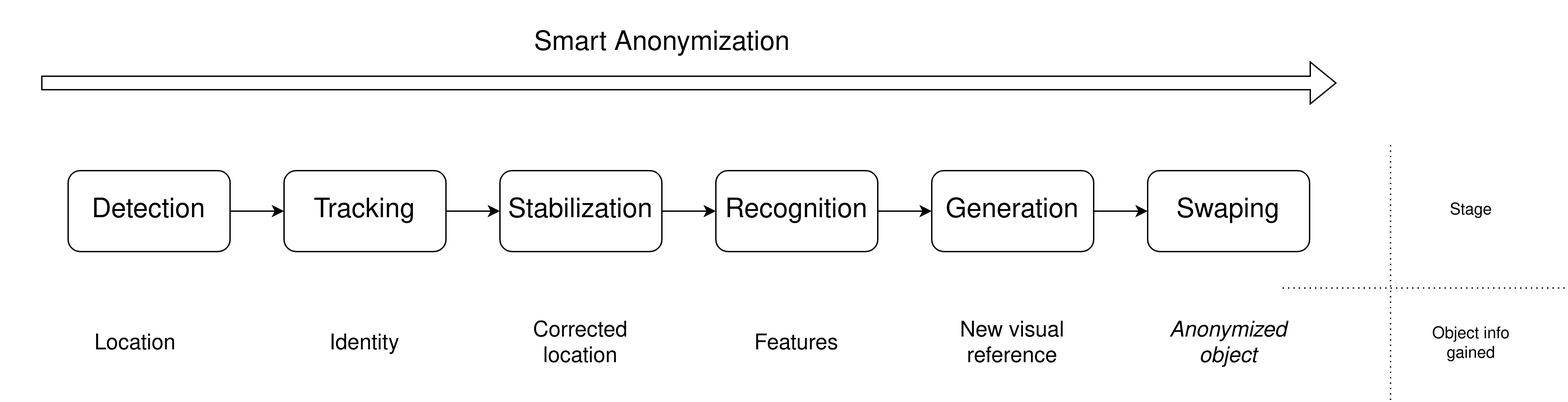
Before: _README/SA_Sequence.png, a diagram exported from draw.io (Piotr-cloud/SmartAnonymizationSystem). Source tidied: cells renumbered, new cells last; positions are measured from the earlier drawing's top-left corner, leaving out a move shared by most shapes. Source of this version:
```xml
<mxGraphModel>
  <root>
    <mxCell id="0" />
    <mxCell id="1" parent="0" />
    <mxCell id="2" style="shape=flexArrow;endArrow=classic;html=1;rounded=0;" parent="1" edge="1">
      <mxGeometry relative="1" as="geometry">
        <mxPoint x="30" y="61" as="sourcePoint" />
        <mxPoint x="990" y="61" as="targetPoint" />
      </mxGeometry>
    </mxCell>
    <mxCell id="3" value="&lt;font style=&quot;font-size: 20px;&quot;&gt;Smart Anonymization&lt;/font&gt;" style="edgeLabel;html=1;align=center;verticalAlign=middle;" parent="2" vertex="1">
      <mxGeometry x="0.45" relative="1" as="geometry">
        <mxPoint x="-239" y="-30" as="offset" />
      </mxGeometry>
    </mxCell>
    <mxCell id="4" style="edgeStyle=orthogonalEdgeStyle;rounded=0;jettySize=auto;html=1;" parent="1" edge="1" source="5" target="7">
      <mxGeometry relative="1" as="geometry" />
    </mxCell>
    <mxCell id="5" value="Detection" style="rounded=1;whiteSpace=wrap;html=1;horizontal=1;fontSize=20;" parent="1" vertex="1">
      <mxGeometry x="50" y="126" width="120" height="60" as="geometry" />
    </mxCell>
    <mxCell id="6" style="edgeStyle=orthogonalEdgeStyle;rounded=0;jettySize=auto;html=1;" parent="1" edge="1" source="7" target="9">
      <mxGeometry relative="1" as="geometry" />
    </mxCell>
    <mxCell id="7" value="Tracking" style="rounded=1;whiteSpace=wrap;html=1;horizontal=1;fontSize=20;" parent="1" vertex="1">
      <mxGeometry x="210" y="126" width="120" height="60" as="geometry" />
    </mxCell>
    <mxCell id="8" style="edgeStyle=orthogonalEdgeStyle;rounded=0;jettySize=auto;html=1;" parent="1" edge="1" source="9" target="11">
      <mxGeometry relative="1" as="geometry" />
    </mxCell>
    <mxCell id="9" value="Stabilization" style="rounded=1;whiteSpace=wrap;html=1;horizontal=1;fontSize=20;" parent="1" vertex="1">
      <mxGeometry x="370" y="126" width="120" height="60" as="geometry" />
    </mxCell>
    <mxCell id="10" style="edgeStyle=orthogonalEdgeStyle;rounded=0;jettySize=auto;html=1;exitX=1;exitY=0.5;exitDx=0;exitDy=0;" parent="1" edge="1" source="11" target="13">
      <mxGeometry relative="1" as="geometry" />
    </mxCell>
    <mxCell id="11" value="Recognition" style="rounded=1;whiteSpace=wrap;html=1;horizontal=1;fontSize=20;" parent="1" vertex="1">
      <mxGeometry x="530" y="126" width="120" height="60" as="geometry" />
    </mxCell>
    <mxCell id="12" style="edgeStyle=orthogonalEdgeStyle;rounded=0;jettySize=auto;html=1;" parent="1" edge="1" source="13" target="14">
      <mxGeometry relative="1" as="geometry" />
    </mxCell>
    <mxCell id="13" value="Generation" style="rounded=1;whiteSpace=wrap;html=1;horizontal=1;fontSize=20;" parent="1" vertex="1">
      <mxGeometry x="690" y="126" width="120" height="60" as="geometry" />
    </mxCell>
    <mxCell id="14" value="&lt;div&gt;Swaping&lt;/div&gt;" style="rounded=1;whiteSpace=wrap;html=1;horizontal=1;fontSize=20;" parent="1" vertex="1">
      <mxGeometry x="850" y="126" width="120" height="60" as="geometry" />
    </mxCell>
    <mxCell id="15" value="Location" style="text;html=1;strokeColor=none;fillColor=none;align=center;verticalAlign=middle;whiteSpace=wrap;rounded=0;fontSize=16;" parent="1" vertex="1">
      <mxGeometry x="70" y="240" width="60" height="30" as="geometry" />
    </mxCell>
    <mxCell id="16" value="Stage" style="text;html=1;strokeColor=none;fillColor=none;align=center;verticalAlign=middle;whiteSpace=wrap;rounded=0;fontSize=12;" parent="1" vertex="1">
      <mxGeometry x="1060" y="141" width="60" height="30" as="geometry" />
    </mxCell>
    <mxCell id="17" value="Object info gained" style="text;html=1;strokeColor=none;fillColor=none;align=center;verticalAlign=middle;whiteSpace=wrap;rounded=0;fontSize=12;" parent="1" vertex="1">
      <mxGeometry x="1060" y="240" width="60" height="30" as="geometry" />
    </mxCell>
    <mxCell id="18" value="Identity" style="text;html=1;strokeColor=none;fillColor=none;align=center;verticalAlign=middle;whiteSpace=wrap;rounded=0;fontSize=16;" parent="1" vertex="1">
      <mxGeometry x="240" y="240" width="60" height="30" as="geometry" />
    </mxCell>
    <mxCell id="19" value="Corrected location" style="text;html=1;strokeColor=none;fillColor=none;align=center;verticalAlign=middle;whiteSpace=wrap;rounded=0;fontStyle=0;fontSize=16;" parent="1" vertex="1">
      <mxGeometry x="400" y="240" width="60" height="30" as="geometry" />
    </mxCell>
    <mxCell id="20" value="Features" style="text;html=1;strokeColor=none;fillColor=none;align=center;verticalAlign=middle;whiteSpace=wrap;rounded=0;fontSize=16;" parent="1" vertex="1">
      <mxGeometry x="560" y="240" width="60" height="30" as="geometry" />
    </mxCell>
    <mxCell id="21" value="New visual reference" style="text;html=1;strokeColor=none;fillColor=none;align=center;verticalAlign=middle;whiteSpace=wrap;rounded=0;fontSize=16;" parent="1" vertex="1">
      <mxGeometry x="710" y="240" width="80" height="30" as="geometry" />
    </mxCell>
    <mxCell id="22" value="Anonymized object" style="text;html=1;strokeColor=none;fillColor=none;align=center;verticalAlign=middle;whiteSpace=wrap;rounded=0;fontStyle=2;fontSize=16;" parent="1" vertex="1">
      <mxGeometry x="880" y="240" width="60" height="30" as="geometry" />
    </mxCell>
    <mxCell id="23" value="." style="text;html=1;strokeColor=none;fillColor=none;align=center;verticalAlign=middle;whiteSpace=wrap;rounded=0;fontColor=#FFFFFF;" parent="1" vertex="1">
      <mxGeometry y="240" width="60" height="30" as="geometry" />
    </mxCell>
    <mxCell id="24" style="endArrow=none;dashed=1;html=1;dashPattern=1 3;strokeWidth=1;rounded=0;" parent="1" edge="1">
      <mxGeometry relative="1" as="geometry">
        <mxPoint x="1030" y="296" as="sourcePoint" />
        <mxPoint x="1030" y="106" as="targetPoint" />
      </mxGeometry>
    </mxCell>
    <mxCell id="25" style="endArrow=none;dashed=1;html=1;dashPattern=1 3;strokeWidth=1;rounded=0;" parent="1" edge="1">
      <mxGeometry relative="1" as="geometry">
        <mxPoint x="950" y="213" as="sourcePoint" />
        <mxPoint x="1160" y="213" as="targetPoint" />
      </mxGeometry>
    </mxCell>
    <mxCell id="26" value="." style="text;html=1;strokeColor=none;fillColor=none;align=center;verticalAlign=middle;whiteSpace=wrap;rounded=0;fontColor=#FFFFFF;" parent="1" vertex="1">
      <mxGeometry x="60" width="60" height="30" as="geometry" />
    </mxCell>
  </root>
</mxGraphModel>
```
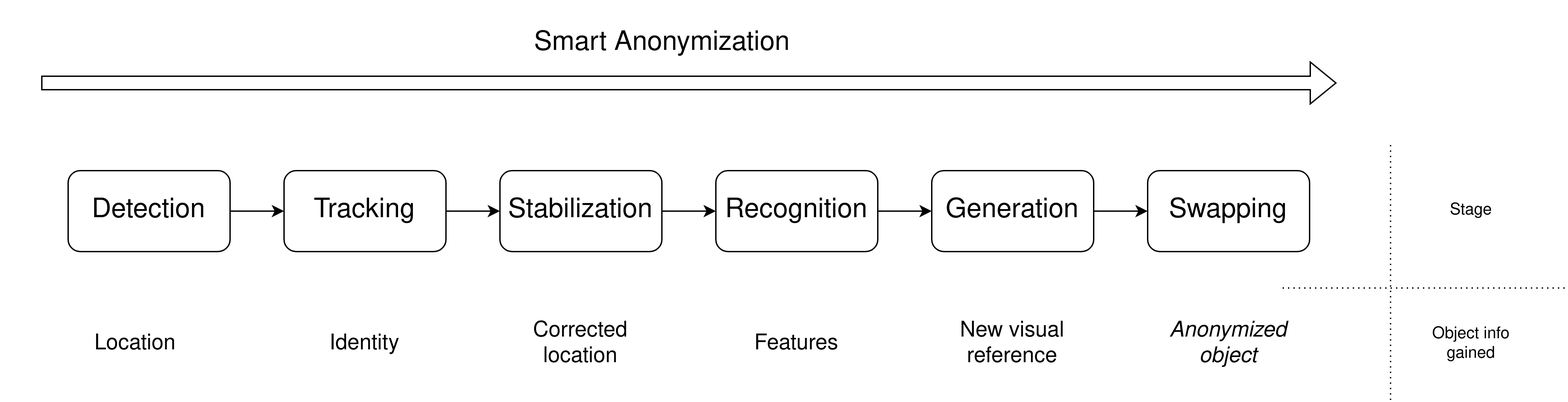
The same diagram one commit later.

The edit, as a diff of the source:
```diff
@@ -43,7 +43,7 @@
     <mxCell id="13" value="Generation" style="rounded=1;whiteSpace=wrap;html=1;horizontal=1;fontSize=20;" parent="1" vertex="1">
       <mxGeometry x="690" y="126" width="120" height="60" as="geometry" />
     </mxCell>
-    <mxCell id="14" value="&lt;div&gt;Swaping&lt;/div&gt;" style="rounded=1;whiteSpace=wrap;html=1;horizontal=1;fontSize=20;" parent="1" vertex="1">
+    <mxCell id="14" value="&lt;div&gt;Swapping&lt;/div&gt;" style="rounded=1;whiteSpace=wrap;html=1;horizontal=1;fontSize=20;" parent="1" vertex="1">
       <mxGeometry x="850" y="126" width="120" height="60" as="geometry" />
     </mxCell>
     <mxCell id="15" value="Location" style="text;html=1;strokeColor=none;fillColor=none;align=center;verticalAlign=middle;whiteSpace=wrap;rounded=0;fontSize=16;" parent="1" vertex="1">
```
